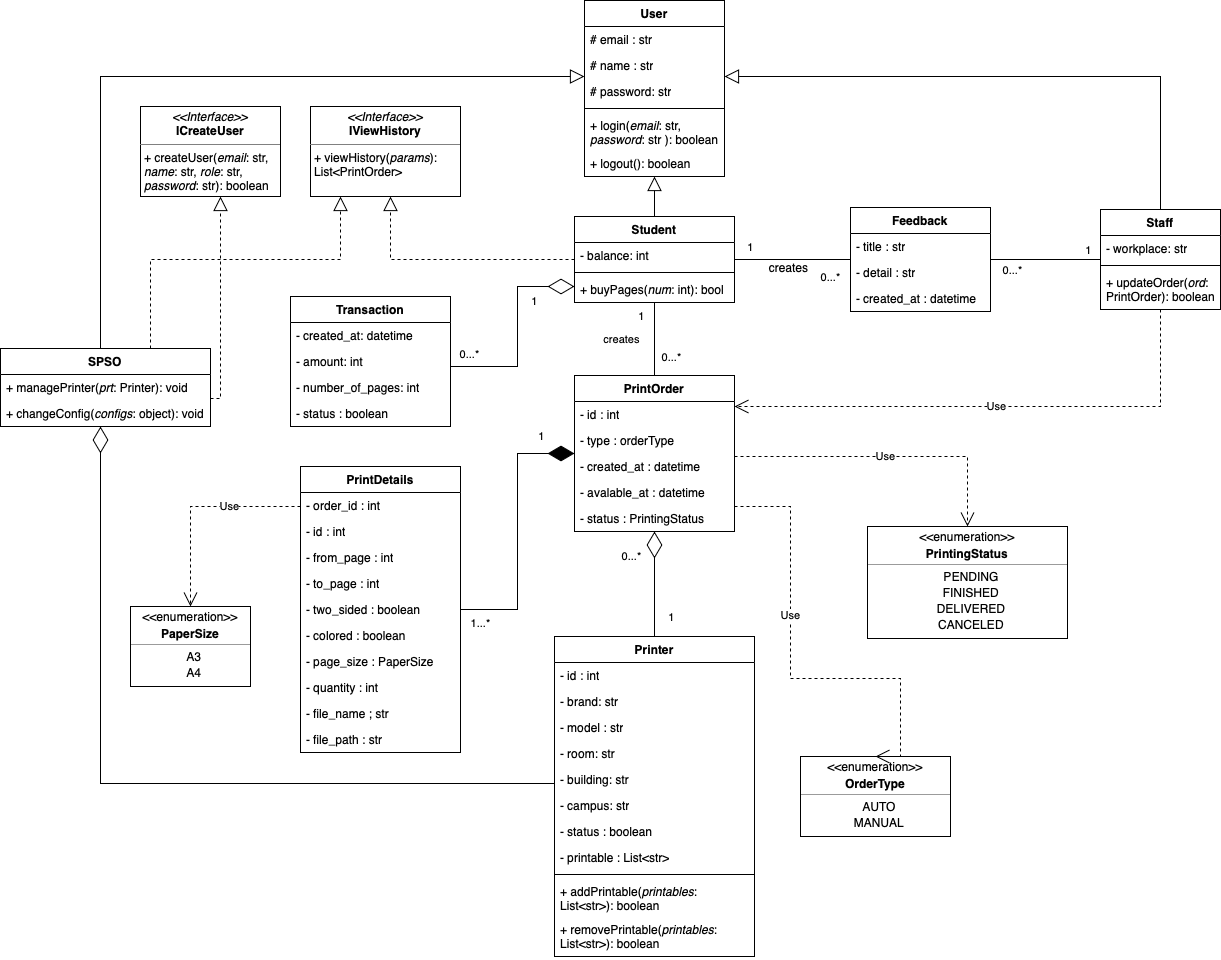
Above: domain-model.drawio.png in blueonline07/test-somth (draw.io), before the change. Source tidied: cells renumbered, new cells last; positions are measured from the earlier drawing's top-left corner, leaving out a move shared by most shapes.
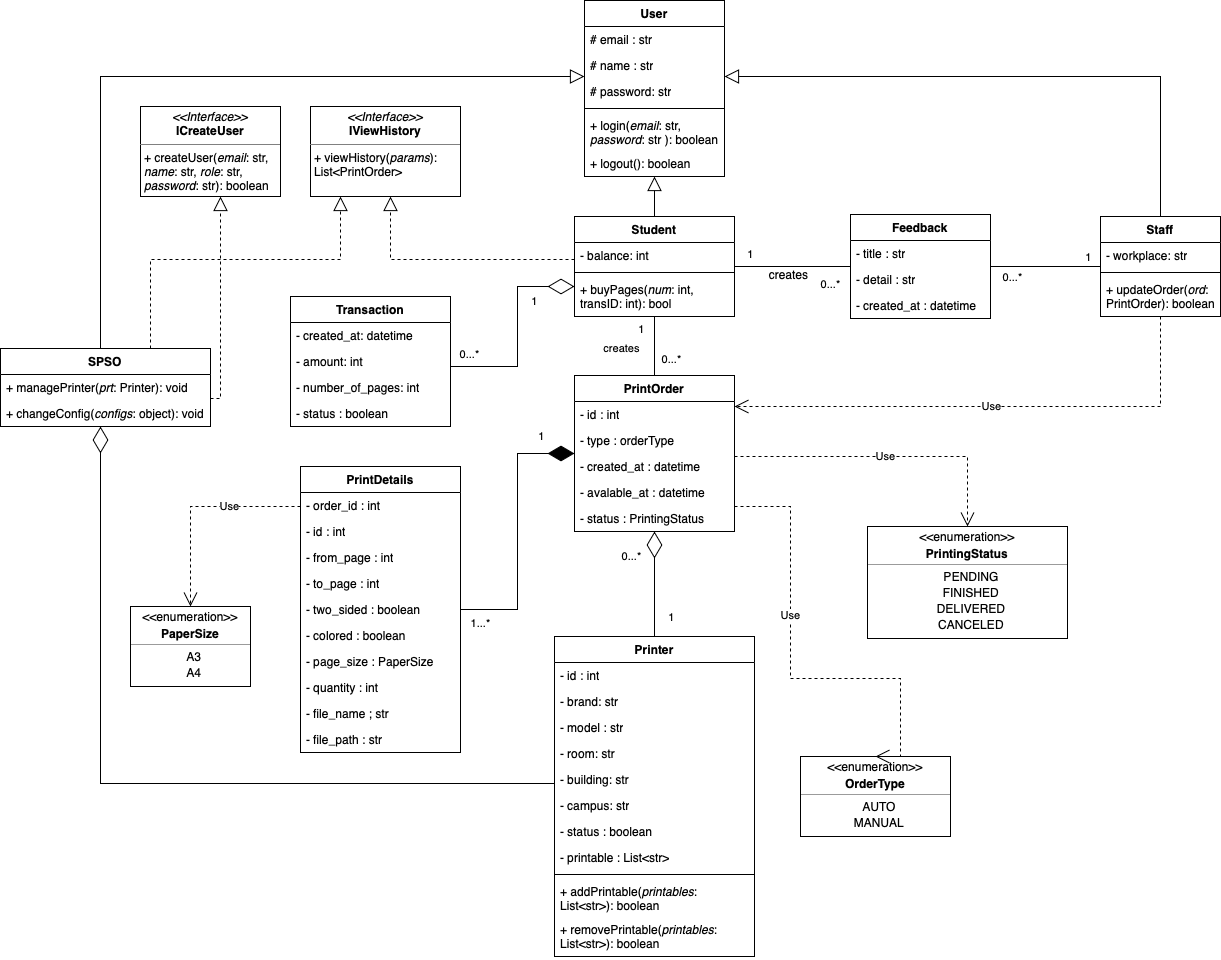
Above is the later version.

Diff of the diagram source:
```diff
@@ -24,7 +24,7 @@
       <mxGeometry y="150" width="140" height="26" as="geometry" />
     </mxCell>
     <mxCell id="9" value="Student" style="swimlane;fontStyle=1;align=center;verticalAlign=top;horizontal=1;startSize=26;whiteSpace=wrap;html=1;" parent="1" vertex="1">
-      <mxGeometry x="574" y="216" width="160" height="86" as="geometry" />
+      <mxGeometry x="574" y="216" width="160" height="100" as="geometry" />
     </mxCell>
     <mxCell id="10" value="- balance: int" style="text;strokeColor=none;fillColor=none;align=left;verticalAlign=top;spacingLeft=4;spacingRight=4;overflow=hidden;whiteSpace=wrap;html=1;" parent="9" vertex="1">
       <mxGeometry y="26" width="160" height="26" as="geometry" />
@@ -32,11 +32,11 @@
     <mxCell id="11" style="line;strokeWidth=1;fillColor=none;align=left;verticalAlign=middle;spacingTop=-1;spacingLeft=3;spacingRight=3;labelPosition=right;strokeColor=inherit;" parent="9" vertex="1">
       <mxGeometry y="52" width="160" height="8" as="geometry" />
     </mxCell>
-    <mxCell id="12" value="+ buyPages(&lt;i&gt;num&lt;/i&gt;: int): bool" style="text;strokeColor=none;fillColor=none;align=left;verticalAlign=top;spacingLeft=4;spacingRight=4;overflow=hidden;whiteSpace=wrap;html=1;" parent="9" vertex="1">
-      <mxGeometry y="60" width="160" height="26" as="geometry" />
+    <mxCell id="12" value="+ buyPages(&lt;i&gt;num&lt;/i&gt;: int, transID: int): bool" style="text;strokeColor=none;fillColor=none;align=left;verticalAlign=top;spacingLeft=4;spacingRight=4;overflow=hidden;whiteSpace=wrap;html=1;" parent="9" vertex="1">
+      <mxGeometry y="60" width="160" height="40" as="geometry" />
     </mxCell>
     <mxCell id="13" value="Staff" style="swimlane;fontStyle=1;align=center;verticalAlign=top;horizontal=1;startSize=26;whiteSpace=wrap;html=1;" parent="1" vertex="1">
-      <mxGeometry x="1100" y="209" width="120" height="100" as="geometry" />
+      <mxGeometry x="1100" y="216" width="120" height="100" as="geometry" />
     </mxCell>
     <mxCell id="14" value="- workplace: str" style="text;strokeColor=none;fillColor=none;align=left;verticalAlign=top;spacingLeft=4;spacingRight=4;overflow=hidden;whiteSpace=wrap;html=1;" parent="13" vertex="1">
       <mxGeometry y="26" width="120" height="26" as="geometry" />
@@ -135,7 +135,7 @@
       <mxGeometry y="260" width="160" height="26" as="geometry" />
     </mxCell>
     <mxCell id="46" value="Feedback" style="swimlane;fontStyle=1;align=center;verticalAlign=top;horizontal=1;startSize=26;whiteSpace=wrap;html=1;" parent="1" vertex="1">
-      <mxGeometry x="850" y="207" width="140" height="104" as="geometry" />
+      <mxGeometry x="850" y="214" width="140" height="104" as="geometry" />
     </mxCell>
     <mxCell id="47" value="- title : str" style="text;strokeColor=none;fillColor=none;align=left;verticalAlign=top;spacingLeft=4;spacingRight=4;overflow=hidden;whiteSpace=wrap;html=1;" parent="46" vertex="1">
       <mxGeometry y="26" width="140" height="26" as="geometry" />
```
